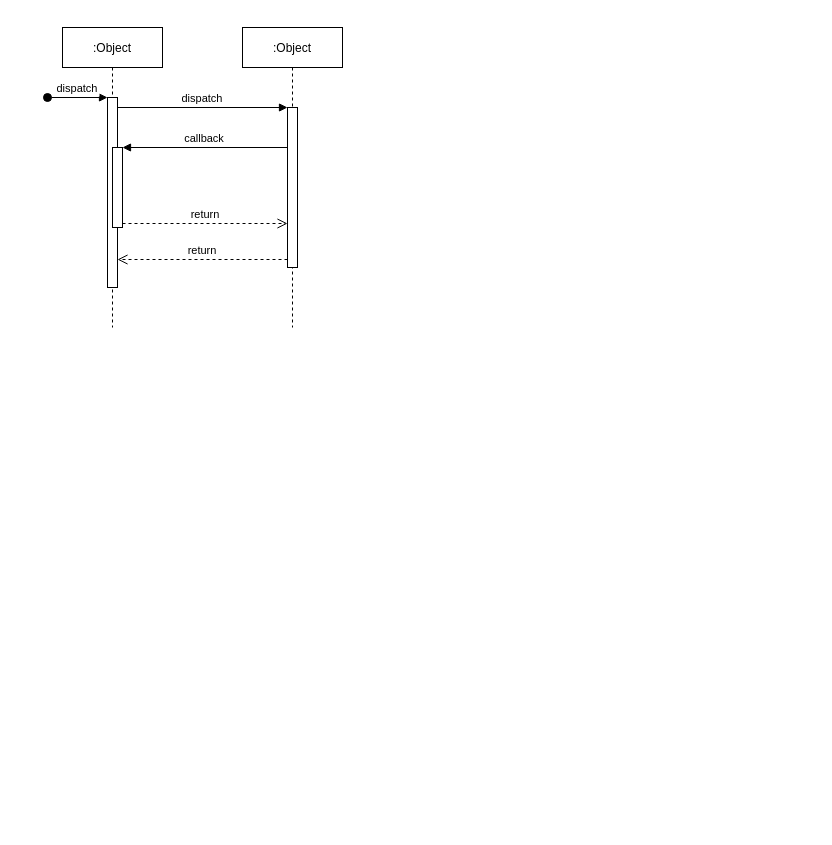
Before: Untitled Diagram.drawio in maoyujiao/kotlinLearn, a draw.io diagram. Source tidied: cells renumbered, new cells numbered last; positions are measured from the earlier drawing's top-left corner, leaving out a move shared by most shapes. Both pictures are drawn from the tidied source at 100%, with x=0, y=0 at pixel (47, 27).
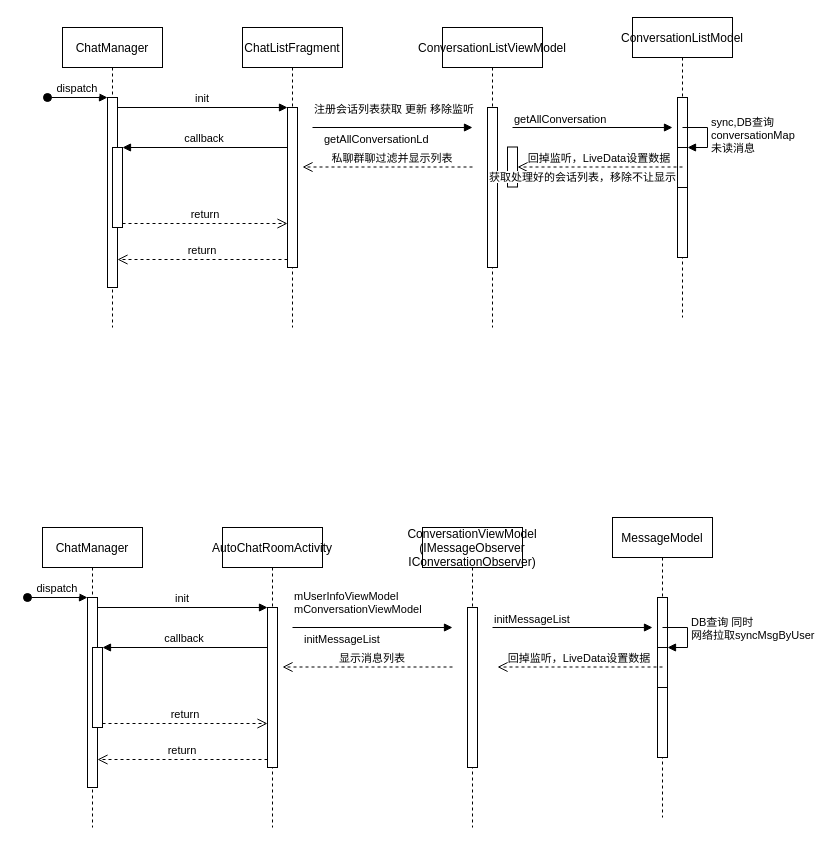
Above is the later version.

The change refers to these unchanged cells:
```xml
<mxCell id="3" style="points=[];perimeter=orthogonalPerimeter;rounded=0;shadow=0;strokeWidth=1;" parent="2" vertex="1">
  <mxGeometry x="45" y="70" width="10" height="190" as="geometry" />
</mxCell>
<mxCell id="7" style="points=[];perimeter=orthogonalPerimeter;rounded=0;shadow=0;strokeWidth=1;" parent="6" vertex="1">
  <mxGeometry x="45" y="80" width="10" height="160" as="geometry" />
</mxCell>
```

The edit, as a diff of the source:
```diff
@@
-    <mxCell id="2" value=":Object" style="shape=umlLifeline;perimeter=lifelinePerimeter;rounded=0;shadow=0;strokeWidth=1;" parent="1" vertex="1">
+    <mxCell id="2" value="ChatManager" style="shape=umlLifeline;perimeter=lifelinePerimeter;rounded=0;shadow=0;strokeWidth=1;" parent="1" vertex="1">
       <mxGeometry x="15" width="100" height="300" as="geometry" />
     </mxCell>
@@
-    <mxCell id="6" value=":Object" style="shape=umlLifeline;perimeter=lifelinePerimeter;rounded=0;shadow=0;strokeWidth=1;" parent="1" vertex="1">
+    <mxCell id="6" value="ChatListFragment" style="shape=umlLifeline;perimeter=lifelinePerimeter;rounded=0;shadow=0;strokeWidth=1;" parent="1" vertex="1">
       <mxGeometry x="195" width="100" height="300" as="geometry" />
     </mxCell>
@@
-    <mxCell id="9" value="dispatch" style="verticalAlign=bottom;endArrow=block;entryX=0;entryY=0;shadow=0;strokeWidth=1;" parent="1" edge="1" source="3" target="7">
+    <mxCell id="9" value="init" style="verticalAlign=bottom;endArrow=block;entryX=0;entryY=0;shadow=0;strokeWidth=1;" parent="1" edge="1" source="3" target="7">
       <mxGeometry relative="1" as="geometry" />
     </mxCell>
@@
+    <mxCell id="12" value="ConversationListViewModel" style="shape=umlLifeline;perimeter=lifelinePerimeter;rounded=0;shadow=0;strokeWidth=1;" parent="1" vertex="1">
+      <mxGeometry x="395" width="100" height="300" as="geometry" />
+    </mxCell>
+    <mxCell id="13" style="perimeter=orthogonalPerimeter;rounded=0;shadow=0;strokeWidth=1;" parent="12" vertex="1">
+      <mxGeometry x="45" y="80" width="10" height="160" as="geometry" />
+    </mxCell>
+    <mxCell id="14" style="endArrow=block;endFill=1;html=1;edgeStyle=orthogonalEdgeStyle;align=left;verticalAlign=top;" parent="1" edge="1">
+      <mxGeometry x="-1" relative="1" as="geometry">
+        <mxPoint x="265" y="100" as="sourcePoint" />
+        <mxPoint x="425" y="100" as="targetPoint" />
+      </mxGeometry>
+    </mxCell>
+    <mxCell id="15" value="注册会话列表获取 更新 移除监听" style="edgeLabel;html=1;align=left;verticalAlign=bottom;" parent="14" vertex="1">
+      <mxGeometry x="-1" relative="1" as="geometry">
+        <mxPoint y="-10" as="offset" />
+      </mxGeometry>
+    </mxCell>
+    <mxCell id="16" value="ConversationListModel" style="shape=umlLifeline;perimeter=lifelinePerimeter;rounded=0;shadow=0;strokeWidth=1;" parent="1" vertex="1">
+      <mxGeometry x="585" y="-10" width="100" height="300" as="geometry" />
+    </mxCell>
+    <mxCell id="17" style="perimeter=orthogonalPerimeter;rounded=0;shadow=0;strokeWidth=1;" parent="16" vertex="1">
+      <mxGeometry x="45" y="80" width="10" height="160" as="geometry" />
+    </mxCell>
+    <mxCell id="18" style="html=1;points=[];perimeter=orthogonalPerimeter;" parent="16" vertex="1">
+      <mxGeometry x="45" y="130" width="10" height="40" as="geometry" />
+    </mxCell>
+    <mxCell id="19" value="sync,DB查询&lt;br&gt;&lt;span style=&quot;text-align: center&quot;&gt;conversationMap&lt;br&gt;未读消息&lt;br&gt;&lt;/span&gt;" style="edgeStyle=orthogonalEdgeStyle;html=1;align=left;spacingLeft=2;endArrow=block;rounded=0;entryX=1;entryY=0;" parent="16" edge="1" target="18">
+      <mxGeometry relative="1" as="geometry">
+        <mxPoint x="50" y="110" as="sourcePoint" />
+        <Array as="points">
+          <mxPoint x="75" y="110" />
+        </Array>
+      </mxGeometry>
+    </mxCell>
+    <mxCell id="20" style="endArrow=block;endFill=1;html=1;edgeStyle=orthogonalEdgeStyle;align=left;verticalAlign=top;" parent="1" edge="1">
+      <mxGeometry x="-1" relative="1" as="geometry">
+        <mxPoint x="465" y="100" as="sourcePoint" />
+        <mxPoint x="625" y="100" as="targetPoint" />
+      </mxGeometry>
+    </mxCell>
+    <mxCell id="21" value="getAllConversation" style="edgeLabel;html=1;align=left;verticalAlign=bottom;" parent="20" vertex="1">
+      <mxGeometry x="-1" relative="1" as="geometry" />
+    </mxCell>
+    <mxCell id="22" value="回掉监听，LiveData设置数据" style="verticalAlign=bottom;endArrow=open;dashed=1;endSize=8;exitX=0;exitY=0.95;shadow=0;strokeWidth=1;" parent="1" edge="1" target="25">
+      <mxGeometry relative="1" as="geometry">
+        <mxPoint x="635" y="139.5" as="sourcePoint" />
+      </mxGeometry>
+    </mxCell>
+    <mxCell id="23" value="私聊群聊过滤并显示列表" style="verticalAlign=bottom;endArrow=open;dashed=1;endSize=8;exitX=0;exitY=0.95;shadow=0;strokeWidth=1;" parent="1" edge="1">
+      <mxGeometry x="-0.06" relative="1" as="geometry">
+        <mxPoint x="425" y="139.5" as="sourcePoint" />
+        <mxPoint x="255" y="139.5" as="targetPoint" />
+      </mxGeometry>
+    </mxCell>
+    <mxCell id="24" value="getAllConversationLd" style="edgeLabel;html=1;align=left;verticalAlign=bottom;" parent="1" vertex="1">
+      <mxGeometry x="275" y="120" as="geometry" />
+    </mxCell>
+    <mxCell id="25" style="html=1;points=[];perimeter=orthogonalPerimeter;" parent="1" vertex="1">
+      <mxGeometry x="460" y="119.5" width="10" height="40" as="geometry" />
+    </mxCell>
+    <mxCell id="26" value="&lt;span style=&quot;font-size: 11px ; background-color: rgb(255 , 255 , 255)&quot;&gt;获取处理好的会话列表，移除不让显示&lt;/span&gt;" style="text;html=1;align=center;verticalAlign=middle;" parent="1" vertex="1">
+      <mxGeometry x="425" y="139.5" width="220" height="20" as="geometry" />
+    </mxCell>
+    <mxCell id="27" value="ChatManager" style="shape=umlLifeline;perimeter=lifelinePerimeter;rounded=0;shadow=0;strokeWidth=1;" parent="1" vertex="1">
+      <mxGeometry x="-5" y="500" width="100" height="300" as="geometry" />
+    </mxCell>
+    <mxCell id="28" style="points=[];perimeter=orthogonalPerimeter;rounded=0;shadow=0;strokeWidth=1;" parent="27" vertex="1">
+      <mxGeometry x="45" y="70" width="10" height="190" as="geometry" />
+    </mxCell>
+    <mxCell id="29" value="dispatch" style="verticalAlign=bottom;startArrow=oval;endArrow=block;startSize=8;shadow=0;strokeWidth=1;" parent="27" edge="1" target="28">
+      <mxGeometry relative="1" as="geometry">
+        <mxPoint x="-15" y="70" as="sourcePoint" />
+      </mxGeometry>
+    </mxCell>
+    <mxCell id="30" style="points=[];perimeter=orthogonalPerimeter;rounded=0;shadow=0;strokeWidth=1;" parent="27" vertex="1">
+      <mxGeometry x="50" y="120" width="10" height="80" as="geometry" />
+    </mxCell>
+    <mxCell id="31" value="AutoChatRoomActivity" style="shape=umlLifeline;perimeter=lifelinePerimeter;rounded=0;shadow=0;strokeWidth=1;" parent="1" vertex="1">
+      <mxGeometry x="175" y="500" width="100" height="300" as="geometry" />
+    </mxCell>
+    <mxCell id="32" style="points=[];perimeter=orthogonalPerimeter;rounded=0;shadow=0;strokeWidth=1;" parent="31" vertex="1">
+      <mxGeometry x="45" y="80" width="10" height="160" as="geometry" />
+    </mxCell>
+    <mxCell id="33" value="return" style="verticalAlign=bottom;endArrow=open;dashed=1;endSize=8;exitX=0;exitY=0.95;shadow=0;strokeWidth=1;" parent="1" edge="1" source="32" target="28">
+      <mxGeometry relative="1" as="geometry" />
+    </mxCell>
+    <mxCell id="34" value="init" style="verticalAlign=bottom;endArrow=block;entryX=0;entryY=0;shadow=0;strokeWidth=1;" parent="1" edge="1" source="28" target="32">
+      <mxGeometry relative="1" as="geometry" />
+    </mxCell>
+    <mxCell id="35" value="callback" style="verticalAlign=bottom;endArrow=block;entryX=1;entryY=0;shadow=0;strokeWidth=1;" parent="1" edge="1" source="32" target="30">
+      <mxGeometry relative="1" as="geometry" />
+    </mxCell>
+    <mxCell id="36" value="return" style="verticalAlign=bottom;endArrow=open;dashed=1;endSize=8;exitX=1;exitY=0.95;shadow=0;strokeWidth=1;" parent="1" edge="1" source="30" target="32">
+      <mxGeometry relative="1" as="geometry" />
+    </mxCell>
+    <mxCell id="37" value="ConversationViewModel&#10;(IMessageObserver&#10;IConversationObserver)" style="shape=umlLifeline;perimeter=lifelinePerimeter;rounded=0;shadow=0;strokeWidth=1;" parent="1" vertex="1">
+      <mxGeometry x="375" y="500" width="100" height="300" as="geometry" />
+    </mxCell>
+    <mxCell id="38" style="perimeter=orthogonalPerimeter;rounded=0;shadow=0;strokeWidth=1;" parent="37" vertex="1">
+      <mxGeometry x="45" y="80" width="10" height="160" as="geometry" />
+    </mxCell>
+    <mxCell id="39" style="endArrow=block;endFill=1;html=1;edgeStyle=orthogonalEdgeStyle;align=left;verticalAlign=top;" parent="1" edge="1">
+      <mxGeometry x="-1" relative="1" as="geometry">
+        <mxPoint x="245" y="600" as="sourcePoint" />
+        <mxPoint x="405" y="600" as="targetPoint" />
+      </mxGeometry>
+    </mxCell>
+    <mxCell id="40" value="mUserInfoViewModel&lt;br&gt;&lt;span style=&quot;font-size: 11px&quot;&gt;mConversationViewModel&lt;/span&gt;" style="edgeLabel;html=1;align=left;verticalAlign=bottom;" parent="39" vertex="1">
+      <mxGeometry x="-1" relative="1" as="geometry">
+        <mxPoint y="-10" as="offset" />
+      </mxGeometry>
+    </mxCell>
+    <mxCell id="41" value="MessageModel" style="shape=umlLifeline;perimeter=lifelinePerimeter;rounded=0;shadow=0;strokeWidth=1;" parent="1" vertex="1">
+      <mxGeometry x="565" y="490" width="100" height="300" as="geometry" />
+    </mxCell>
+    <mxCell id="42" style="perimeter=orthogonalPerimeter;rounded=0;shadow=0;strokeWidth=1;" parent="41" vertex="1">
+      <mxGeometry x="45" y="80" width="10" height="160" as="geometry" />
+    </mxCell>
+    <mxCell id="43" style="html=1;points=[];perimeter=orthogonalPerimeter;" parent="41" vertex="1">
+      <mxGeometry x="45" y="130" width="10" height="40" as="geometry" />
+    </mxCell>
+    <mxCell id="44" value="DB查询 同时&lt;br&gt;网络拉取syncMsgByUser&lt;br&gt;&lt;span style=&quot;text-align: center&quot;&gt;&lt;br&gt;&lt;/span&gt;" style="edgeStyle=orthogonalEdgeStyle;html=1;align=left;spacingLeft=2;endArrow=block;rounded=0;entryX=1;entryY=0;" parent="41" edge="1" target="43">
+      <mxGeometry relative="1" as="geometry">
+        <mxPoint x="50" y="110" as="sourcePoint" />
+        <Array as="points">
+          <mxPoint x="75" y="110" />
+        </Array>
+      </mxGeometry>
+    </mxCell>
+    <mxCell id="45" style="endArrow=block;endFill=1;html=1;edgeStyle=orthogonalEdgeStyle;align=left;verticalAlign=top;" parent="1" edge="1">
+      <mxGeometry x="-1" relative="1" as="geometry">
+        <mxPoint x="445" y="600" as="sourcePoint" />
+        <mxPoint x="605" y="600" as="targetPoint" />
+      </mxGeometry>
+    </mxCell>
+    <mxCell id="46" value="initMessageList&lt;br&gt;" style="edgeLabel;html=1;align=left;verticalAlign=bottom;" parent="45" vertex="1">
+      <mxGeometry x="-1" relative="1" as="geometry" />
+    </mxCell>
+    <mxCell id="47" value="回掉监听，LiveData设置数据" style="verticalAlign=bottom;endArrow=open;dashed=1;endSize=8;exitX=0;exitY=0.95;shadow=0;strokeWidth=1;" parent="1" edge="1">
+      <mxGeometry relative="1" as="geometry">
+        <mxPoint x="615" y="639.5" as="sourcePoint" />
+        <mxPoint x="450" y="639.5" as="targetPoint" />
+      </mxGeometry>
+    </mxCell>
+    <mxCell id="48" value="显示消息列表" style="verticalAlign=bottom;endArrow=open;dashed=1;endSize=8;exitX=0;exitY=0.95;shadow=0;strokeWidth=1;" parent="1" edge="1">
+      <mxGeometry x="-0.06" relative="1" as="geometry">
+        <mxPoint x="405" y="639.5" as="sourcePoint" />
+        <mxPoint x="235" y="639.5" as="targetPoint" />
+      </mxGeometry>
+    </mxCell>
+    <mxCell id="49" value="initMessageList" style="edgeLabel;html=1;align=left;verticalAlign=bottom;" parent="1" vertex="1">
+      <mxGeometry x="255" y="620" as="geometry" />
+    </mxCell>
```
